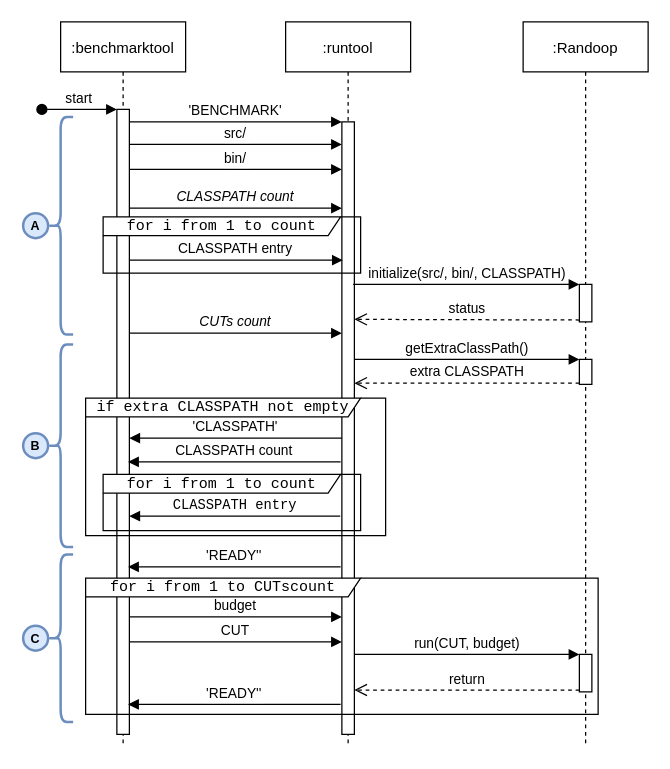
Above: docs/assets/runtool-protocol.drawio in PROSRESEARCHCENTER/junitcontest (draw.io), before the change. Source tidied: cells renumbered, new cells numbered last; positions are measured from the earlier drawing's top-left corner, leaving out a move shared by most shapes. Both pictures are drawn from the tidied source at 125%, with x=0, y=0 at pixel (22, 21).
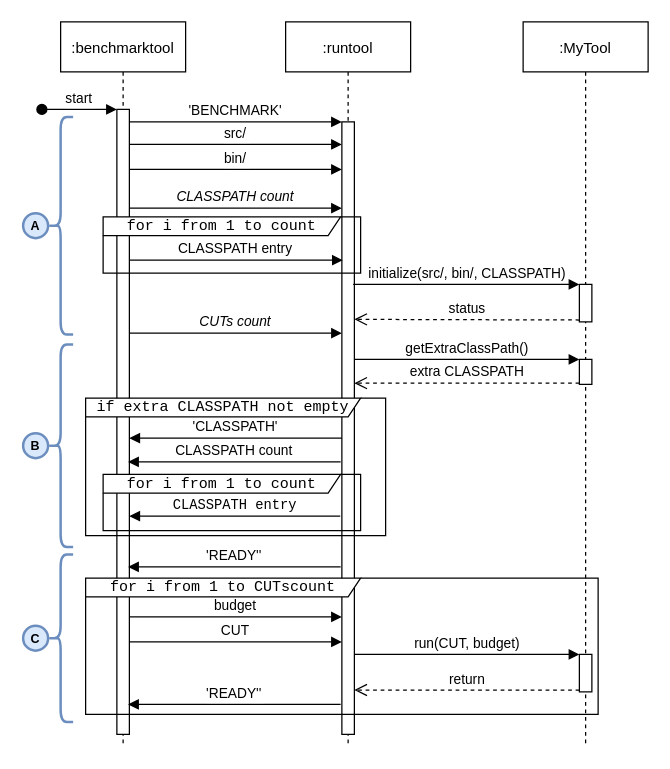
After the change.

Commit message (it also covers changes not shown here):
update architecture and protocole diagrams

Diff of the diagram source:
```diff
@@
-    <mxCell id="9" value=":Randoop" style="shape=umlLifeline;perimeter=lifelinePerimeter;rounded=0;shadow=0;strokeWidth=1;" parent="1" vertex="1">
+    <mxCell id="9" value=":MyTool" style="shape=umlLifeline;perimeter=lifelinePerimeter;rounded=0;shadow=0;strokeWidth=1;" parent="1" vertex="1">
       <mxGeometry x="400" width="100" height="580" as="geometry" />
     </mxCell>
```
